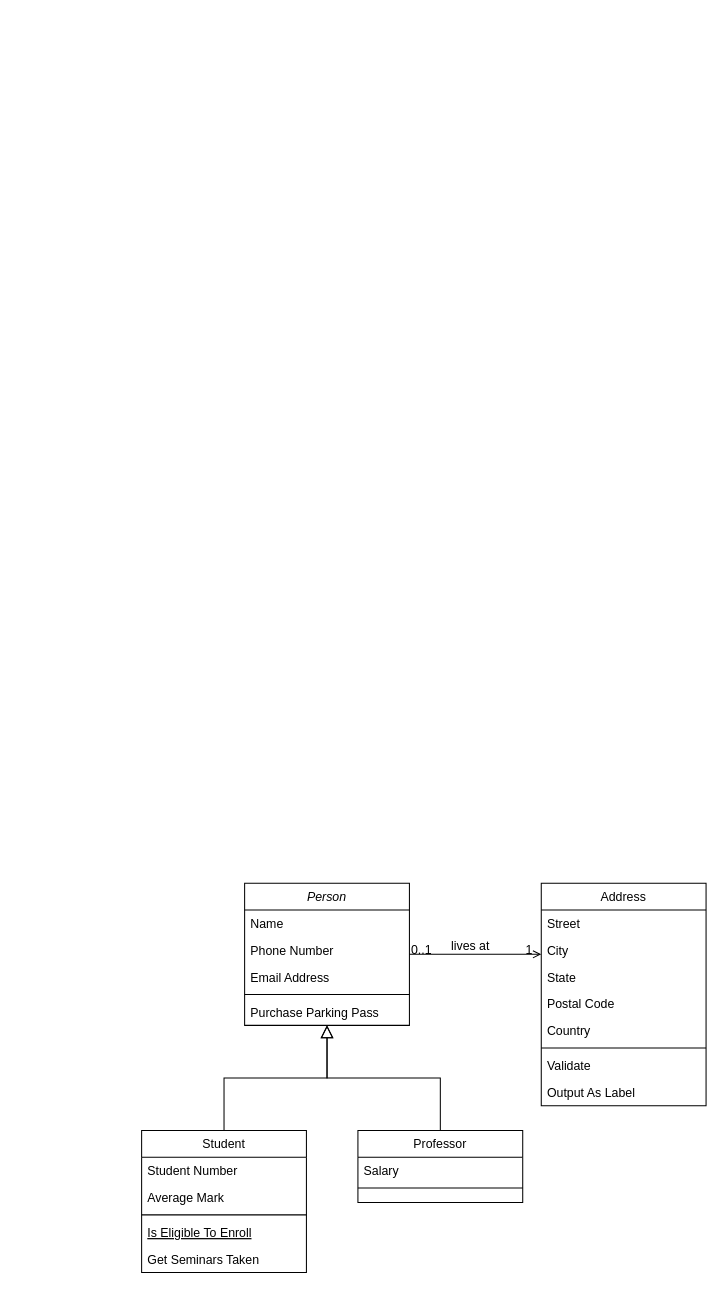
Before: 2024-05-31/未命名绘图.drawio in huangj1e/UmlDesigns, a draw.io diagram. Source tidied: cells renumbered, new cells numbered last; positions are measured from the earlier drawing's top-left corner, leaving out a move shared by most shapes. Both pictures are drawn from the tidied source at 103%, with x=0, y=0 at pixel (141, 883).
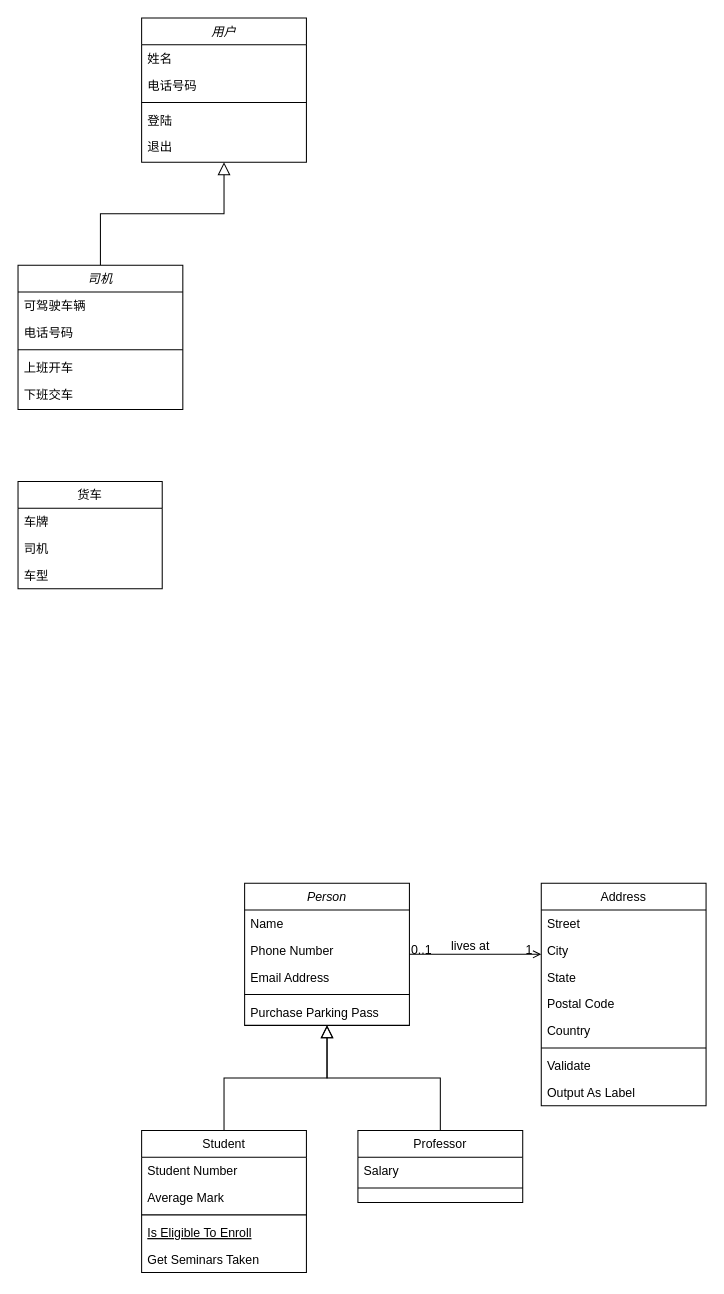
The same page after the edit.

Commit message:
添加用户和司机

What changed in the source:
```diff
@@
+    <mxCell id="32" value="货车" style="swimlane;fontStyle=0;horizontal=1;startSize=26;fillColor=none;whiteSpace=wrap;html=1;" parent="1" vertex="1">
+      <mxGeometry x="-120" y="-390" width="140" height="104" as="geometry" />
+    </mxCell>
+    <mxCell id="33" value="车牌" style="text;strokeColor=none;fillColor=none;align=left;verticalAlign=top;spacingLeft=4;spacingRight=4;overflow=hidden;whiteSpace=wrap;html=1;" parent="32" vertex="1">
+      <mxGeometry y="26" width="140" height="26" as="geometry" />
+    </mxCell>
+    <mxCell id="34" value="司机" style="text;strokeColor=none;fillColor=none;align=left;verticalAlign=top;spacingLeft=4;spacingRight=4;overflow=hidden;whiteSpace=wrap;html=1;" parent="32" vertex="1">
+      <mxGeometry y="52" width="140" height="26" as="geometry" />
+    </mxCell>
+    <mxCell id="35" value="车型" style="text;strokeColor=none;fillColor=none;align=left;verticalAlign=top;spacingLeft=4;spacingRight=4;overflow=hidden;whiteSpace=wrap;html=1;" parent="32" vertex="1">
+      <mxGeometry y="78" width="140" height="26" as="geometry" />
+    </mxCell>
+    <mxCell id="36" value="用户" style="swimlane;fontStyle=2;align=center;verticalAlign=top;horizontal=1;startSize=26;rounded=0;shadow=0;strokeWidth=1;" parent="1" vertex="1">
+      <mxGeometry y="-840" width="160" height="140" as="geometry" />
+    </mxCell>
+    <mxCell id="37" value="姓名" style="text;align=left;verticalAlign=top;spacingLeft=4;spacingRight=4;overflow=hidden;" parent="36" vertex="1">
+      <mxGeometry y="26" width="160" height="26" as="geometry" />
+    </mxCell>
+    <mxCell id="38" value="电话号码" style="text;align=left;verticalAlign=top;spacingLeft=4;spacingRight=4;overflow=hidden;rounded=0;shadow=0;html=0;" parent="36" vertex="1">
+      <mxGeometry y="52" width="160" height="26" as="geometry" />
+    </mxCell>
+    <mxCell id="39" style="line;html=1;strokeWidth=1;align=left;verticalAlign=middle;spacingTop=-1;spacingLeft=3;spacingRight=3;labelPosition=right;" parent="36" vertex="1">
+      <mxGeometry y="78" width="160" height="8" as="geometry" />
+    </mxCell>
+    <mxCell id="40" value="登陆" style="text;align=left;verticalAlign=top;spacingLeft=4;spacingRight=4;overflow=hidden;" parent="36" vertex="1">
+      <mxGeometry y="86" width="160" height="26" as="geometry" />
+    </mxCell>
+    <mxCell id="41" value="退出" style="text;align=left;verticalAlign=top;spacingLeft=4;spacingRight=4;overflow=hidden;" parent="36" vertex="1">
+      <mxGeometry y="112" width="160" height="26" as="geometry" />
+    </mxCell>
+    <mxCell id="42" style="edgeStyle=orthogonalEdgeStyle;rounded=0;jettySize=auto;html=1;strokeColor=default;startArrow=none;startFill=0;endArrow=block;endFill=0;endSize=10;exitX=0.5;exitY=0;exitDx=0;exitDy=0;" parent="1" edge="1" source="43" target="36">
+      <mxGeometry relative="1" as="geometry" />
+    </mxCell>
+    <mxCell id="43" value="司机" style="swimlane;fontStyle=2;align=center;verticalAlign=top;horizontal=1;startSize=26;rounded=0;shadow=0;strokeWidth=1;" parent="1" vertex="1">
+      <mxGeometry x="-120" y="-600" width="160" height="140" as="geometry" />
+    </mxCell>
+    <mxCell id="44" value="可驾驶车辆" style="text;align=left;verticalAlign=top;spacingLeft=4;spacingRight=4;overflow=hidden;" parent="43" vertex="1">
+      <mxGeometry y="26" width="160" height="26" as="geometry" />
+    </mxCell>
+    <mxCell id="45" value="电话号码" style="text;align=left;verticalAlign=top;spacingLeft=4;spacingRight=4;overflow=hidden;rounded=0;shadow=0;html=0;" parent="43" vertex="1">
+      <mxGeometry y="52" width="160" height="26" as="geometry" />
+    </mxCell>
+    <mxCell id="46" style="line;html=1;strokeWidth=1;align=left;verticalAlign=middle;spacingTop=-1;spacingLeft=3;spacingRight=3;labelPosition=right;" parent="43" vertex="1">
+      <mxGeometry y="78" width="160" height="8" as="geometry" />
+    </mxCell>
+    <mxCell id="47" value="上班开车" style="text;align=left;verticalAlign=top;spacingLeft=4;spacingRight=4;overflow=hidden;" parent="43" vertex="1">
+      <mxGeometry y="86" width="160" height="26" as="geometry" />
+    </mxCell>
+    <mxCell id="48" value="下班交车" style="text;align=left;verticalAlign=top;spacingLeft=4;spacingRight=4;overflow=hidden;" parent="43" vertex="1">
+      <mxGeometry y="112" width="160" height="26" as="geometry" />
+    </mxCell>
```
